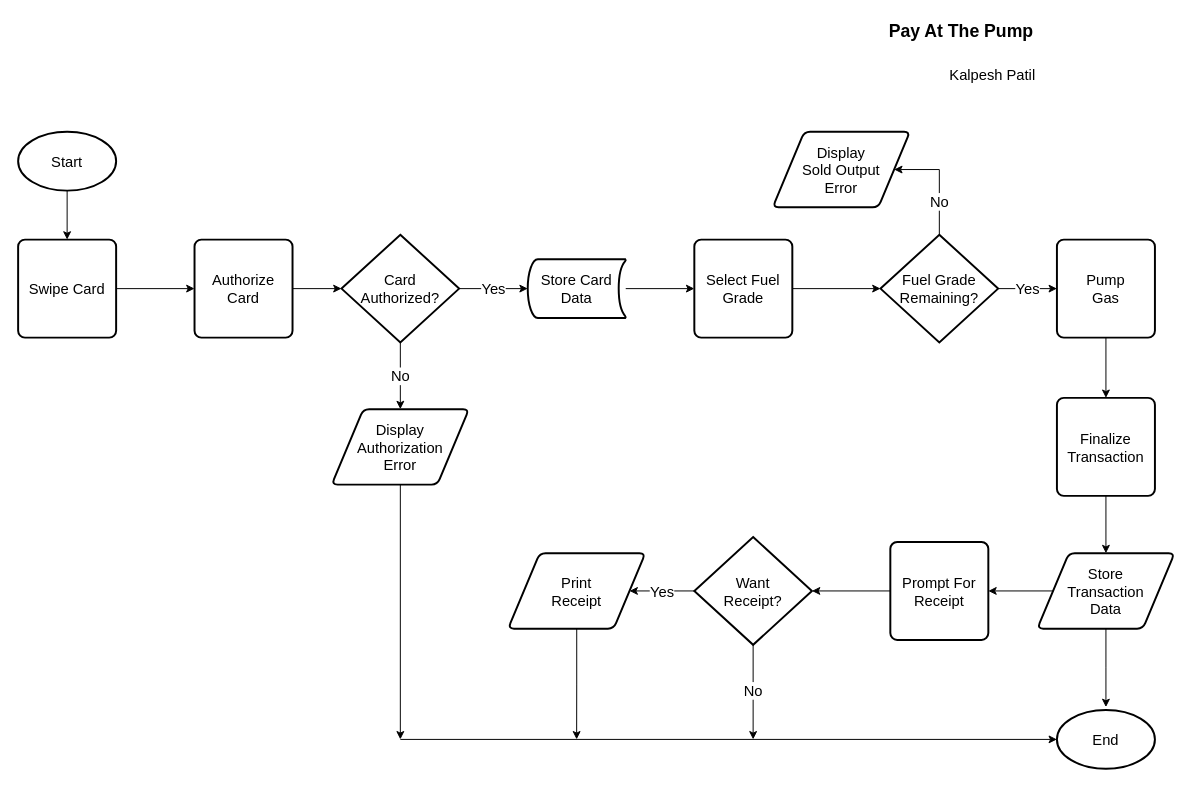
Earlier version of the draw.io diagram BAC1/PayAtPump.drawio (planetkalpesh/ProcessMapping). Source tidied: cells renumbered, new cells numbered last; positions are measured from the earlier drawing's top-left corner, leaving out a move shared by most shapes. Both pictures are drawn from the tidied source at 98%, with x=0, y=0 at pixel (18, 17).
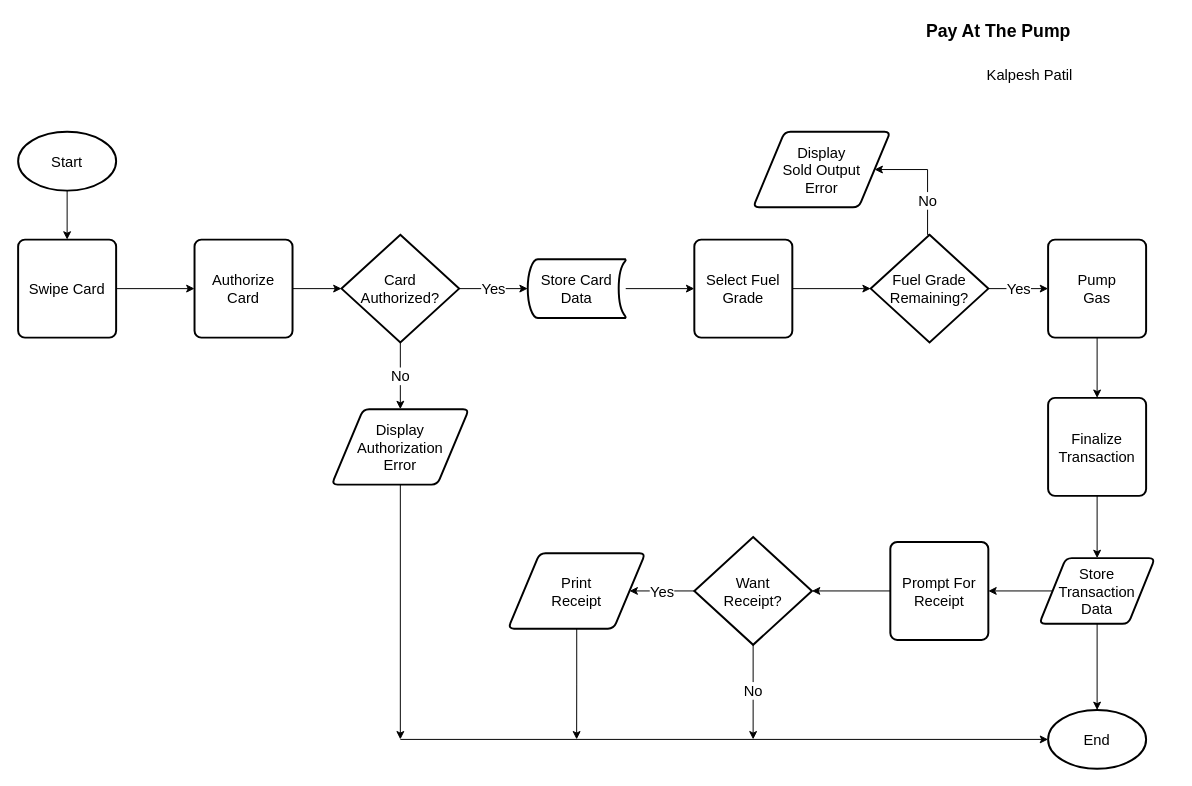
The same diagram, later.

Change to the diagram source:
```diff
@@
     <mxCell id="2" value="Pay At The Pump" style="text;html=1;align=center;verticalAlign=middle;fontSize=18;fontStyle=1;" parent="1" vertex="1">
-      <mxGeometry x="882" width="160" height="30" as="geometry" />
+      <mxGeometry x="920" width="160" height="30" as="geometry" />
     </mxCell>
     <mxCell id="3" value="Kalpesh Patil" style="text;html=1;align=center;verticalAlign=middle;fontSize=15;" parent="1" vertex="1">
-      <mxGeometry x="944" y="49" width="100" height="20" as="geometry" />
+      <mxGeometry x="982" y="49" width="100" height="20" as="geometry" />
     </mxCell>
@@
     <mxCell id="17" value="No" style="edgeStyle=orthogonalEdgeStyle;rounded=0;jettySize=auto;html=1;exitX=0.5;exitY=0;exitDx=0;exitDy=0;exitPerimeter=0;entryX=1;entryY=0.5;entryDx=0;entryDy=0;endArrow=classic;endFill=1;fontSize=15;" parent="1" edge="1" source="18" target="26">
       <mxGeometry x="-0.38" relative="1" as="geometry">
         <Array as="points">
-          <mxPoint x="940" y="156" />
+          <mxPoint x="928" y="222" />
+          <mxPoint x="928" y="156" />
         </Array>
         <mxPoint y="1" as="offset" />
       </mxGeometry>
     </mxCell>
     <mxCell id="18" value="&lt;div&gt;Fuel Grade&lt;/div&gt;&lt;div&gt;Remaining?&lt;br&gt;&lt;/div&gt;" style="strokeWidth=2;html=1;shape=mxgraph.flowchart.decision;whiteSpace=wrap;fontSize=15;" parent="1" vertex="1">
-      <mxGeometry x="880" y="222" width="120" height="110" as="geometry" />
+      <mxGeometry x="870" y="222" width="120" height="110" as="geometry" />
     </mxCell>
@@
-    <mxCell id="23" style="edgeStyle=orthogonalEdgeStyle;rounded=0;jettySize=auto;html=1;endArrow=classic;endFill=1;fontSize=15;" parent="1" edge="1" source="25">
-      <mxGeometry relative="1" as="geometry">
-        <mxPoint x="1110" y="704" as="targetPoint" />
-      </mxGeometry>
-    </mxCell>
@@
+    <mxCell id="39" style="edgeStyle=orthogonalEdgeStyle;rounded=0;jettySize=auto;html=1;exitX=0.5;exitY=1;exitDx=0;exitDy=0;entryX=0.5;entryY=0;entryDx=0;entryDy=0;entryPerimeter=0;endArrow=classic;endFill=1;fontSize=15;" parent="1" edge="1" source="25" target="37">
+      <mxGeometry relative="1" as="geometry" />
+    </mxCell>
     <mxCell id="25" value="&lt;div&gt;Store&lt;/div&gt;&lt;div&gt;Transaction&lt;/div&gt;&lt;div&gt;Data&lt;br&gt;&lt;/div&gt;" style="shape=parallelogram;html=1;strokeWidth=2;perimeter=parallelogramPerimeter;whiteSpace=wrap;rounded=1;arcSize=12;size=0.23;fontSize=15;" parent="1" vertex="1">
-      <mxGeometry x="1040" y="547" width="140" height="77" as="geometry" />
+      <mxGeometry x="1042" y="552" width="118" height="67" as="geometry" />
     </mxCell>
     <mxCell id="26" value="&lt;div&gt;Display&lt;/div&gt;&lt;div&gt;Sold Output&lt;br&gt;&lt;/div&gt;&lt;div&gt;Error&lt;br&gt;&lt;/div&gt;" style="shape=parallelogram;html=1;strokeWidth=2;perimeter=parallelogramPerimeter;whiteSpace=wrap;rounded=1;arcSize=12;size=0.23;fontSize=15;" parent="1" vertex="1">
-      <mxGeometry x="770" y="117" width="140" height="77" as="geometry" />
+      <mxGeometry x="750" y="117" width="140" height="77" as="geometry" />
     </mxCell>
@@
     <mxCell id="32" value="&lt;div&gt;Pump&lt;/div&gt;&lt;div&gt;Gas&lt;br&gt;&lt;/div&gt;" style="rounded=1;whiteSpace=wrap;html=1;absoluteArcSize=1;arcSize=14;strokeWidth=2;fontSize=15;" parent="1" vertex="1">
-      <mxGeometry x="1060" y="227" width="100" height="100" as="geometry" />
+      <mxGeometry x="1051" y="227" width="100" height="100" as="geometry" />
     </mxCell>
@@
     <mxCell id="34" value="&lt;div&gt;Finalize&lt;/div&gt;&lt;div&gt;Transaction&lt;br&gt;&lt;/div&gt;" style="rounded=1;whiteSpace=wrap;html=1;absoluteArcSize=1;arcSize=14;strokeWidth=2;fontSize=15;" parent="1" vertex="1">
-      <mxGeometry x="1060" y="388.5" width="100" height="100" as="geometry" />
+      <mxGeometry x="1051" y="388.5" width="100" height="100" as="geometry" />
     </mxCell>
@@
     <mxCell id="37" value="End" style="strokeWidth=2;html=1;shape=mxgraph.flowchart.start_1;whiteSpace=wrap;fontSize=15;" parent="1" vertex="1">
-      <mxGeometry x="1060" y="707" width="100" height="60" as="geometry" />
+      <mxGeometry x="1051" y="707" width="100" height="60" as="geometry" />
     </mxCell>
```
